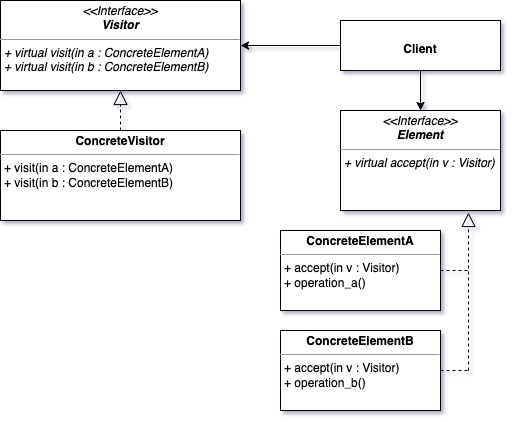
The draw.io diagram img/visitor.png in cmbrandt/cxx-fundamentals, before a commit. Source tidied: cells renumbered, new cells last; positions are measured from the earlier drawing's top-left corner, leaving out a move shared by most shapes. Source of this version:
```xml
<mxGraphModel>
  <root>
    <mxCell id="0" />
    <mxCell id="1" parent="0" />
    <mxCell id="2" value="&lt;p style=&quot;margin:0px;margin-top:4px;text-align:center;&quot;&gt;&lt;b&gt;ConcreteElementA&lt;/b&gt;&lt;/p&gt;&lt;hr size=&quot;1&quot;&gt;&lt;p style=&quot;margin:0px;margin-left:4px;&quot;&gt;+ accept(in v : Visitor)&lt;/p&gt;&lt;p style=&quot;margin:0px;margin-left:4px;&quot;&gt;+ operation_a()&lt;/p&gt;&lt;p style=&quot;margin:0px;margin-left:4px;&quot;&gt;&lt;br&gt;&lt;/p&gt;" style="verticalAlign=top;align=left;overflow=fill;fontSize=12;fontFamily=Helvetica;html=1;whiteSpace=wrap;" parent="1" vertex="1">
      <mxGeometry x="280" y="230" width="160" height="80" as="geometry" />
    </mxCell>
    <mxCell id="3" value="&lt;p style=&quot;margin:0px;margin-top:4px;text-align:center;&quot;&gt;&lt;b&gt;ConcreteVisitor&lt;/b&gt;&lt;/p&gt;&lt;hr size=&quot;1&quot;&gt;&lt;p style=&quot;margin:0px;margin-left:4px;&quot;&gt;+ visit(in a : ConcreteElementA)&lt;/p&gt;&lt;p style=&quot;margin:0px;margin-left:4px;&quot;&gt;+ visit(in b : ConcreteElementB)&lt;/p&gt;&lt;p style=&quot;margin:0px;margin-left:4px;&quot;&gt;&lt;br&gt;&lt;/p&gt;" style="verticalAlign=top;align=left;overflow=fill;fontSize=12;fontFamily=Helvetica;html=1;whiteSpace=wrap;" parent="1" vertex="1">
      <mxGeometry y="130" width="240" height="90" as="geometry" />
    </mxCell>
    <mxCell id="4" value="&lt;p style=&quot;margin:0px;margin-top:4px;text-align:center;&quot;&gt;&lt;b&gt;&lt;br&gt;&lt;/b&gt;&lt;/p&gt;&lt;p style=&quot;margin:0px;margin-top:4px;text-align:center;&quot;&gt;&lt;b&gt;Client&lt;/b&gt;&lt;/p&gt;&lt;p style=&quot;margin:0px;margin-left:4px;&quot;&gt;&lt;br&gt;&lt;/p&gt;" style="verticalAlign=top;align=left;overflow=fill;fontSize=12;fontFamily=Helvetica;html=1;whiteSpace=wrap;" parent="1" vertex="1">
      <mxGeometry x="340" y="20" width="160" height="50" as="geometry" />
    </mxCell>
    <mxCell id="5" value="&lt;p style=&quot;margin:0px;margin-top:4px;text-align:center;&quot;&gt;&lt;i&gt;&amp;lt;&amp;lt;Interface&amp;gt;&amp;gt;&lt;/i&gt;&lt;br&gt;&lt;b&gt;&lt;i&gt;Element&lt;/i&gt;&lt;/b&gt;&lt;/p&gt;&lt;hr size=&quot;1&quot;&gt;&lt;p style=&quot;margin:0px;margin-left:4px;&quot;&gt;&lt;i&gt;+ virtual accept(in v : Visitor)&lt;br&gt;&lt;/i&gt;&lt;/p&gt;&lt;p style=&quot;margin:0px;margin-left:4px;&quot;&gt;&lt;br&gt;&lt;/p&gt;" style="verticalAlign=top;align=left;overflow=fill;fontSize=12;fontFamily=Helvetica;html=1;whiteSpace=wrap;" parent="1" vertex="1">
      <mxGeometry x="340" y="110" width="160" height="100" as="geometry" />
    </mxCell>
    <mxCell id="6" value="&lt;p style=&quot;margin:0px;margin-top:4px;text-align:center;&quot;&gt;&lt;i&gt;&amp;lt;&amp;lt;Interface&amp;gt;&amp;gt;&lt;/i&gt;&lt;br&gt;&lt;b&gt;&lt;i&gt;Visitor&lt;/i&gt;&lt;/b&gt;&lt;/p&gt;&lt;hr size=&quot;1&quot;&gt;&lt;p style=&quot;margin:0px;margin-left:4px;&quot;&gt;&lt;i&gt;+ virtual visit(in a : ConcreteElementA)&lt;br&gt;+ virtual visit(in b : ConcreteElementB)&lt;/i&gt;&lt;/p&gt;" style="verticalAlign=top;align=left;overflow=fill;fontSize=12;fontFamily=Helvetica;html=1;whiteSpace=wrap;" parent="1" vertex="1">
      <mxGeometry width="240" height="90" as="geometry" />
    </mxCell>
    <mxCell id="7" value="&lt;p style=&quot;margin:0px;margin-top:4px;text-align:center;&quot;&gt;&lt;b&gt;ConcreteElementB&lt;/b&gt;&lt;/p&gt;&lt;hr size=&quot;1&quot;&gt;&lt;p style=&quot;margin:0px;margin-left:4px;&quot;&gt;+ accept(in v : Visitor)&lt;/p&gt;&lt;p style=&quot;margin:0px;margin-left:4px;&quot;&gt;+ operation_b()&lt;/p&gt;&lt;p style=&quot;margin:0px;margin-left:4px;&quot;&gt;&lt;br&gt;&lt;/p&gt;" style="verticalAlign=top;align=left;overflow=fill;fontSize=12;fontFamily=Helvetica;html=1;whiteSpace=wrap;" parent="1" vertex="1">
      <mxGeometry x="280" y="330" width="160" height="80" as="geometry" />
    </mxCell>
    <mxCell id="8" style="endArrow=block;dashed=1;endFill=0;endSize=12;html=1;rounded=0;entryX=0.5;entryY=1;entryDx=0;entryDy=0;exitX=0.5;exitY=0;exitDx=0;exitDy=0;" parent="1" edge="1" source="3" target="6">
      <mxGeometry relative="1" as="geometry" />
    </mxCell>
    <mxCell id="9" style="endArrow=block;dashed=1;endFill=0;endSize=12;html=1;rounded=0;entryX=0.8;entryY=1.02;entryDx=0;entryDy=0;entryPerimeter=0;" parent="1" edge="1" target="5">
      <mxGeometry relative="1" as="geometry">
        <mxPoint x="468" y="370" as="sourcePoint" />
      </mxGeometry>
    </mxCell>
    <mxCell id="10" style="endArrow=none;dashed=1;html=1;rounded=0;exitX=1;exitY=0.5;exitDx=0;exitDy=0;" parent="1" edge="1" source="7">
      <mxGeometry relative="1" as="geometry">
        <mxPoint x="470" y="370" as="targetPoint" />
      </mxGeometry>
    </mxCell>
    <mxCell id="11" style="endArrow=none;dashed=1;html=1;rounded=0;exitX=1;exitY=0.5;exitDx=0;exitDy=0;" parent="1" edge="1" source="2">
      <mxGeometry relative="1" as="geometry">
        <mxPoint x="470" y="270" as="targetPoint" />
      </mxGeometry>
    </mxCell>
    <mxCell id="12" style="endArrow=classic;html=1;rounded=0;entryX=0.5;entryY=0;entryDx=0;entryDy=0;exitX=0.5;exitY=1;exitDx=0;exitDy=0;" parent="1" edge="1" source="4" target="5">
      <mxGeometry relative="1" as="geometry" />
    </mxCell>
    <mxCell id="13" style="endArrow=classic;html=1;rounded=0;entryX=1;entryY=0.5;entryDx=0;entryDy=0;exitX=0;exitY=0.5;exitDx=0;exitDy=0;" parent="1" edge="1" source="4" target="6">
      <mxGeometry relative="1" as="geometry" />
    </mxCell>
  </root>
</mxGraphModel>
```
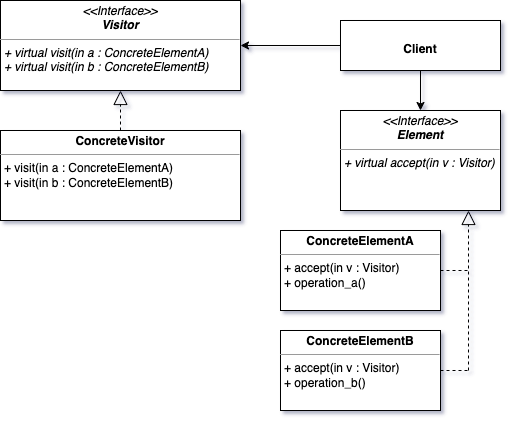
Above is the later version.

What changed in the source:
```diff
@@ -1,4 +1,4 @@
-<mxGraphModel>
+<mxGraphModel shadow="1">
   <root>
     <mxCell id="0" />
     <mxCell id="1" parent="0" />
@@ -23,9 +23,10 @@
     <mxCell id="8" style="endArrow=block;dashed=1;endFill=0;endSize=12;html=1;rounded=0;entryX=0.5;entryY=1;entryDx=0;entryDy=0;exitX=0.5;exitY=0;exitDx=0;exitDy=0;" parent="1" edge="1" source="3" target="6">
       <mxGeometry relative="1" as="geometry" />
     </mxCell>
-    <mxCell id="9" style="endArrow=block;dashed=1;endFill=0;endSize=12;html=1;rounded=0;entryX=0.8;entryY=1.02;entryDx=0;entryDy=0;entryPerimeter=0;" parent="1" edge="1" target="5">
+    <mxCell id="9" style="endArrow=block;dashed=1;endFill=0;endSize=12;html=1;rounded=0;" parent="1" edge="1">
       <mxGeometry relative="1" as="geometry">
         <mxPoint x="468" y="370" as="sourcePoint" />
+        <mxPoint x="468" y="210" as="targetPoint" />
       </mxGeometry>
     </mxCell>
     <mxCell id="10" style="endArrow=none;dashed=1;html=1;rounded=0;exitX=1;exitY=0.5;exitDx=0;exitDy=0;" parent="1" edge="1" source="7">
```
